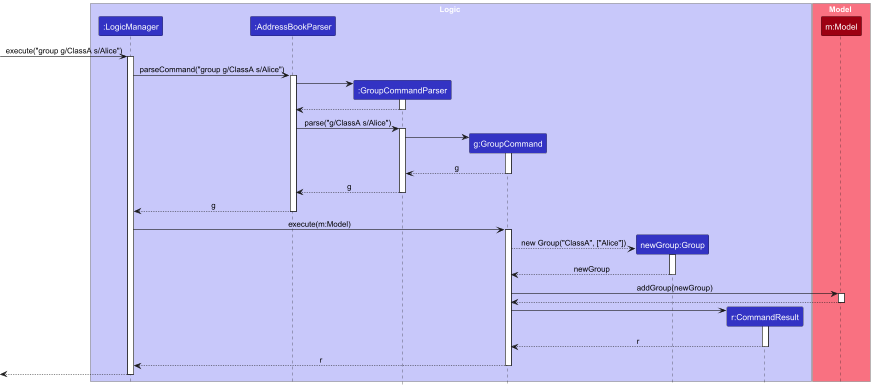
nus-cs2103-AY2425S1/tp keeps this PlantUML diagram as docs/images/GroupSequenceDiagram.png. Above is the earlier version. Its diagram source:
```plantuml
@startuml
!include style.puml
skinparam ArrowFontStyle plain

box Logic LOGIC_COLOR_T1
participant ":LogicManager" as LogicManager LOGIC_COLOR
participant ":AddressBookParser" as AddressBookParser LOGIC_COLOR
participant ":GroupCommandParser" as GroupCommandParser LOGIC_COLOR
participant "g:GroupCommand" as GroupCommand LOGIC_COLOR
participant "newGroup:Group" as Group LOGIC_COLOR
participant "r:CommandResult" as CommandResult LOGIC_COLOR
end box

box Model MODEL_COLOR_T1
participant "m:Model" as Model MODEL_COLOR
end box

[-> LogicManager : execute("group g/ClassA s/Alice")
activate LogicManager

LogicManager -> AddressBookParser : parseCommand("group g/ClassA s/Alice")
activate AddressBookParser

create GroupCommandParser
AddressBookParser -> GroupCommandParser
activate GroupCommandParser

GroupCommandParser --> AddressBookParser
deactivate GroupCommandParser

AddressBookParser -> GroupCommandParser : parse("g/ClassA s/Alice")
activate GroupCommandParser

create GroupCommand
GroupCommandParser -> GroupCommand
activate GroupCommand

GroupCommand --> GroupCommandParser : g
deactivate GroupCommand


GroupCommandParser --> AddressBookParser : g
deactivate GroupCommandParser

AddressBookParser --> LogicManager : g
deactivate AddressBookParser

LogicManager -> GroupCommand : execute(m:Model)
activate GroupCommand

create Group
GroupCommand --> Group : new Group("ClassA", ["Alice"])
activate Group

Group --> GroupCommand : newGroup
deactivate Group

GroupCommand -> Model : addGroup(newGroup)
activate Model

Model --> GroupCommand
deactivate Model

create CommandResult
GroupCommand -> CommandResult
activate CommandResult

CommandResult --> GroupCommand : r
deactivate CommandResult

GroupCommand --> LogicManager : r
deactivate GroupCommand

[<--LogicManager
deactivate LogicManager

autonumber

@enduml
```
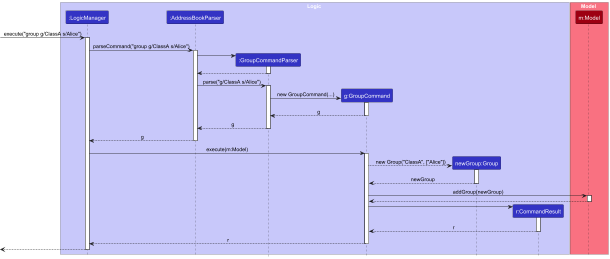
After the change.

Commit message:
Add new Sequence Diagrams, and revamp the planned implementation section

Diff of the diagram source:
```diff
@@ -32,7 +32,7 @@
 activate GroupCommandParser
 
 create GroupCommand
-GroupCommandParser -> GroupCommand
+GroupCommandParser -> GroupCommand : new GroupCommand(...)
 activate GroupCommand
 
 GroupCommand --> GroupCommandParser : g
```
